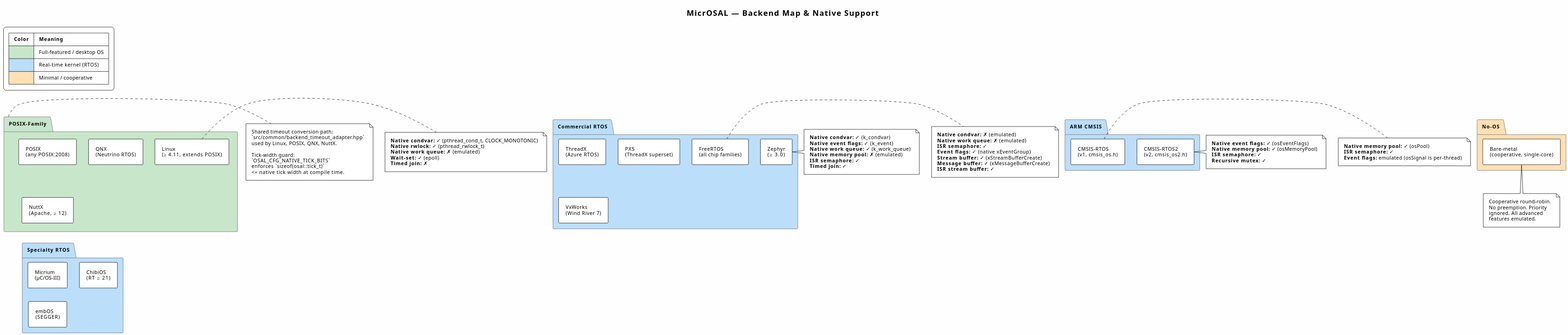
Earlier version of the PlantUML export docs/diagrams/print/backend_map.svg (jwbmwv/micrOSAL). The source it was exported from:
```plantuml
@startuml
!theme plain
!include /home/jbaldwin/Projects/micrOSAL/docs/diagrams/_render_profile_print.puml
skinparam backgroundColor #FEFEFE
skinparam defaultFontName "Segoe UI"
skinparam componentStyle rectangle
skinparam PackageBorderColor #666

title **MicrOSAL — Backend Map & Native Support**

legend top left
  |= Color |= Meaning |
  | <#C8E6C9> | Full-featured / desktop OS |
  | <#BBDEFB> | Real-time kernel (RTOS) |
  | <#FFE0B2> | Minimal / cooperative |
endlegend

package "POSIX-Family" as posix_fam #C8E6C9 {
    component "POSIX\n(any POSIX:2008)" as be_po
    component "Linux\n(≥ 4.11, extends POSIX)" as be_li
    component "QNX\n(Neutrino RTOS)" as be_qx
    component "NuttX\n(Apache, ≥ 12)" as be_nx
}

note right of posix_fam
  Shared timeout conversion path:
  `src/common/backend_timeout_adapter.hpp`
  used by Linux, POSIX, QNX, NuttX.

  Tick-width guard:
  `OSAL_CFG_NATIVE_TICK_BITS`
  enforces `sizeof(osal::tick_t)`
  <= native tick width at compile time.
end note

package "Commercial RTOS" as commercial #BBDEFB {
    component "FreeRTOS\n(all chip families)" as be_fr
    component "Zephyr\n(≥ 3.0)" as be_zy
    component "ThreadX\n(Azure RTOS)" as be_tx
    component "PX5\n(ThreadX superset)" as be_px
    component "VxWorks\n(Wind River 7)" as be_vx
}

package "Specialty RTOS" as specialty #BBDEFB {
    component "Micrium\n(µC/OS-III)" as be_mi
    component "ChibiOS\n(RT ≥ 21)" as be_ch
    component "embOS\n(SEGGER)" as be_em
}

package "ARM CMSIS" as cmsis_fam #BBDEFB {
    component "CMSIS-RTOS\n(v1, cmsis_os.h)" as be_c1
    component "CMSIS-RTOS2\n(v2, cmsis_os2.h)" as be_c2
}

package "No-OS" as noos #FFE0B2 {
    component "Bare-metal\n(cooperative, single-core)" as be_bm
}


note right of be_li
  **Native condvar:** ✓ (pthread_cond_t, CLOCK_MONOTONIC)
  **Native rwlock:** ✓ (pthread_rwlock_t)
  **Native work queue:** ✗ (emulated)
  **Wait-set:** ✓ (epoll)
  **Timed join:** ✗
end note

note right of be_zy
  **Native condvar:** ✓ (k_condvar)
  **Native event flags:** ✓ (k_event)
  **Native work queue:** ✓ (k_work_queue)
  **Native memory pool:** ✗ (emulated)
  **ISR semaphore:** ✓
  **Timed join:** ✓
end note

note right of be_fr
  **Native condvar:** ✗ (emulated)
  **Native work queue:** ✗ (emulated)
  **ISR semaphore:** ✓
  **Event flags:** ✓ (native xEventGroup)
  **Stream buffer:** ✓ (xStreamBufferCreate)
  **Message buffer:** ✓ (xMessageBufferCreate)
  **ISR stream buffer:** ✓
end note

note bottom of be_bm
  Cooperative round-robin.
  No preemption. Priority
  ignored. All advanced
  features emulated.
end note

note right of be_c2
  **Native event flags:** ✓ (osEventFlags)
  **Native memory pool:** ✓ (osMemoryPool)
  **ISR semaphore:** ✓
  **Recursive mutex:** ✓
end note

note right of be_c1
  **Native memory pool:** ✓ (osPool)
  **ISR semaphore:** ✓
  **Event flags:** emulated (osSignal is per-thread)
end note
@enduml
```
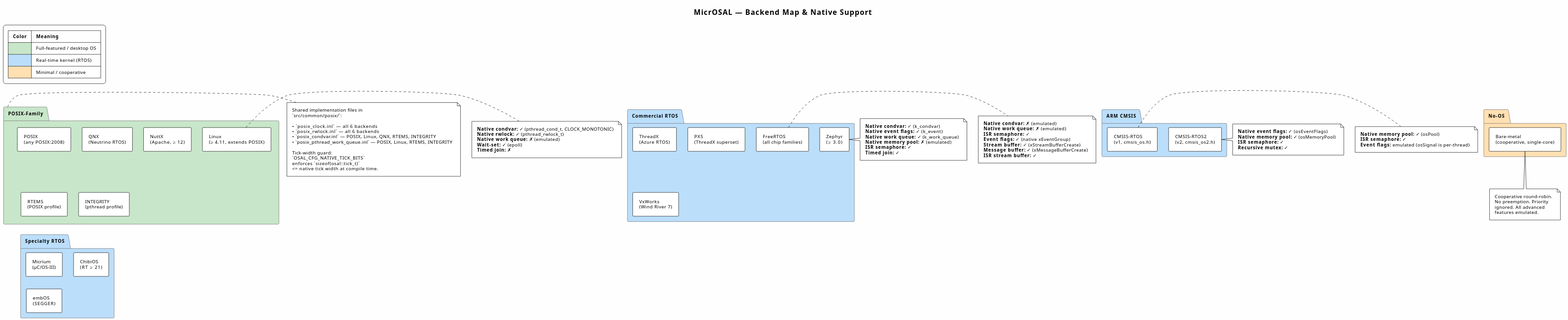
Above is the later version.

Change to the diagram source:
```diff
@@ -20,12 +20,18 @@
     component "Linux\n(≥ 4.11, extends POSIX)" as be_li
     component "QNX\n(Neutrino RTOS)" as be_qx
     component "NuttX\n(Apache, ≥ 12)" as be_nx
+  component "RTEMS\n(POSIX profile)" as be_rt
+  component "INTEGRITY\n(pthread profile)" as be_in
 }
 
 note right of posix_fam
-  Shared timeout conversion path:
-  `src/common/backend_timeout_adapter.hpp`
-  used by Linux, POSIX, QNX, NuttX.
+  Shared implementation files in
+  `src/common/posix/`:
+
+  • `posix_clock.inl`   — all 6 backends
+  • `posix_rwlock.inl`  — all 6 backends
+  • `posix_condvar.inl` — POSIX, Linux, QNX, RTEMS, INTEGRITY
+  • `posix_pthread_work_queue.inl` — POSIX, Linux, RTEMS, INTEGRITY
 
   Tick-width guard:
   `OSAL_CFG_NATIVE_TICK_BITS`
```
